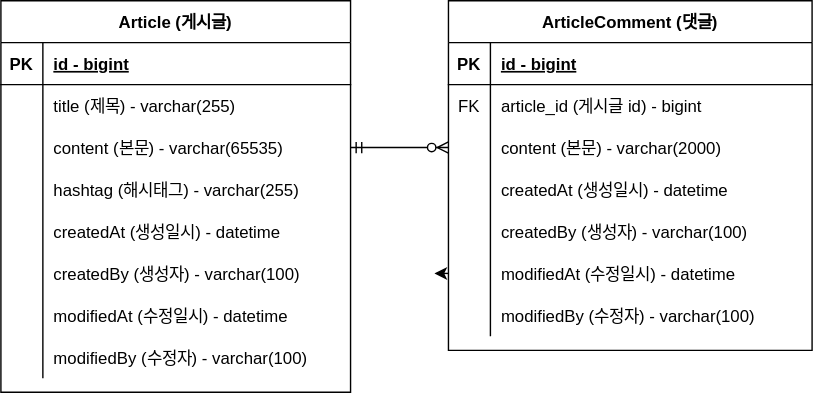
sGOM/fastcampus-project-board keeps this draw.io diagram as document/project-board-erd.svg. Above is the earlier version. Source tidied: cells renumbered, new cells last; positions are measured from the earlier drawing's top-left corner, leaving out a move shared by most shapes.
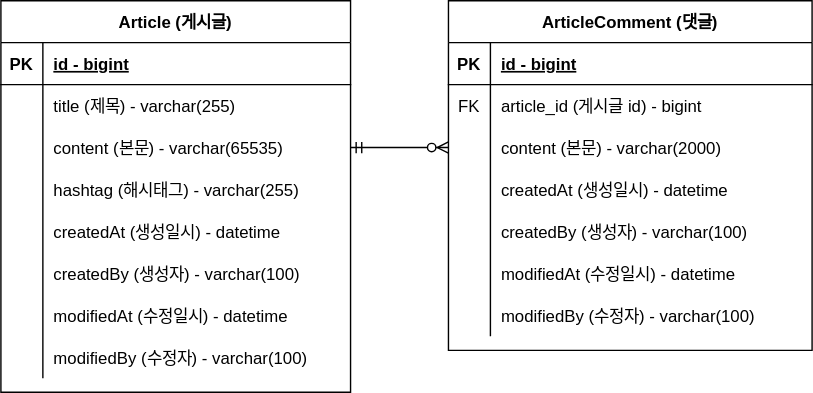
The same file after the commit.

Commit message:
#8 - ERD 잘못 추가된 화살표 삭제

The edit, as a diff of the source:
```diff
@@ -146,10 +146,5 @@
     <mxCell id="49" style="edgeStyle=entityRelationEdgeStyle;fontSize=12;html=1;endArrow=ERzeroToMany;startArrow=ERmandOne;rounded=0;exitX=1;exitY=0.5;exitDx=0;exitDy=0;entryX=0;entryY=0.5;entryDx=0;entryDy=0;" parent="1" edge="1" source="9" target="34">
       <mxGeometry relative="1" as="geometry" />
     </mxCell>
-    <mxCell id="50" style="edgeStyle=orthogonalEdgeStyle;rounded=0;jettySize=auto;html=1;exitX=0;exitY=0.5;exitDx=0;exitDy=0;" parent="1" edge="1" source="43">
-      <mxGeometry relative="1" as="geometry">
-        <mxPoint x="310" y="195" as="targetPoint" />
-      </mxGeometry>
-    </mxCell>
   </root>
 </mxGraphModel>
```
